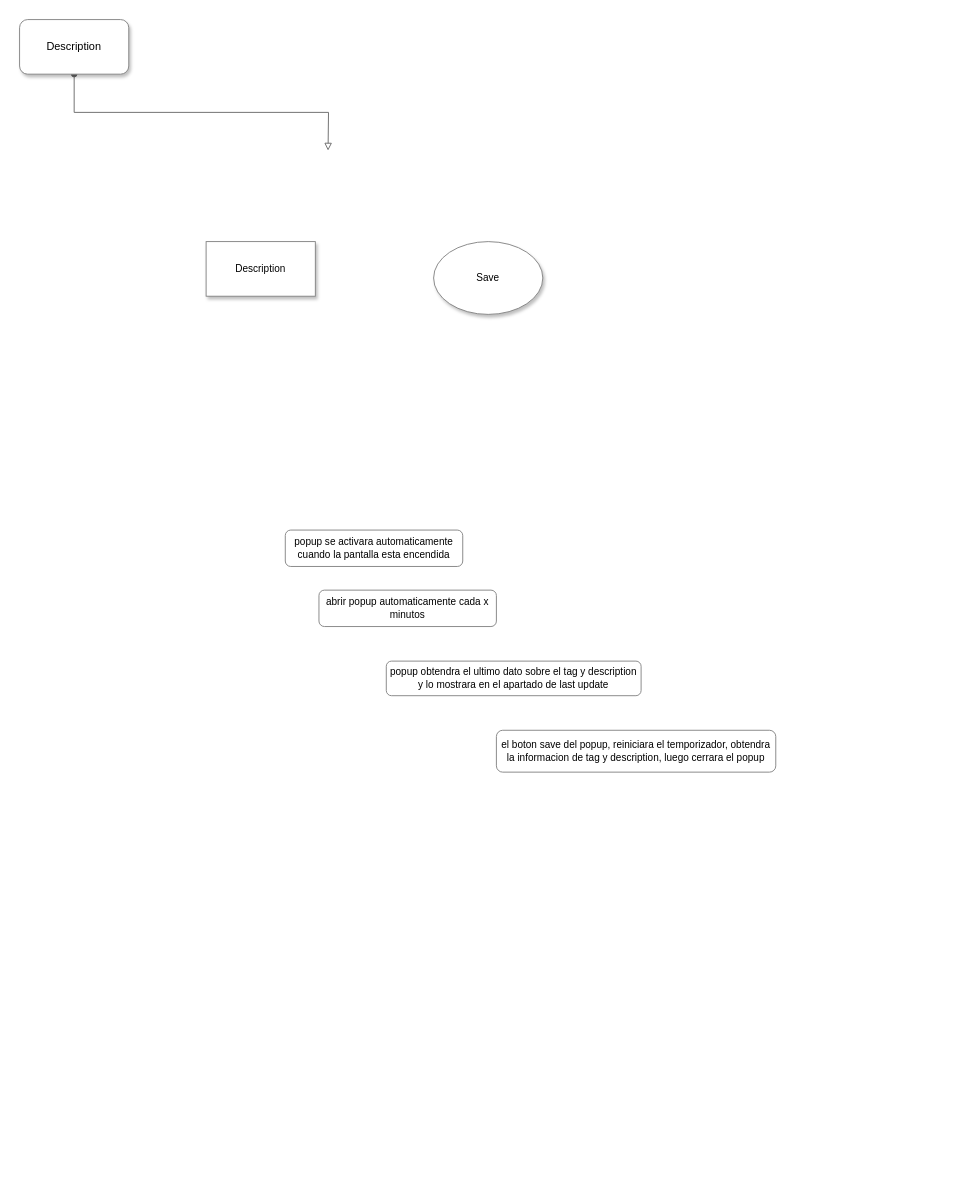
Earlier version of the draw.io diagram page "Page-1" (2 of 2) of Track your time diagram.drawio (GutengMorgen/Track-your-time). Source tidied: cells renumbered, new cells numbered last; positions are measured from the earlier drawing's top-left corner, leaving out a move shared by most shapes. Both pictures are drawn from the tidied source at 91%, with x=0, y=0 at pixel (19, 19).
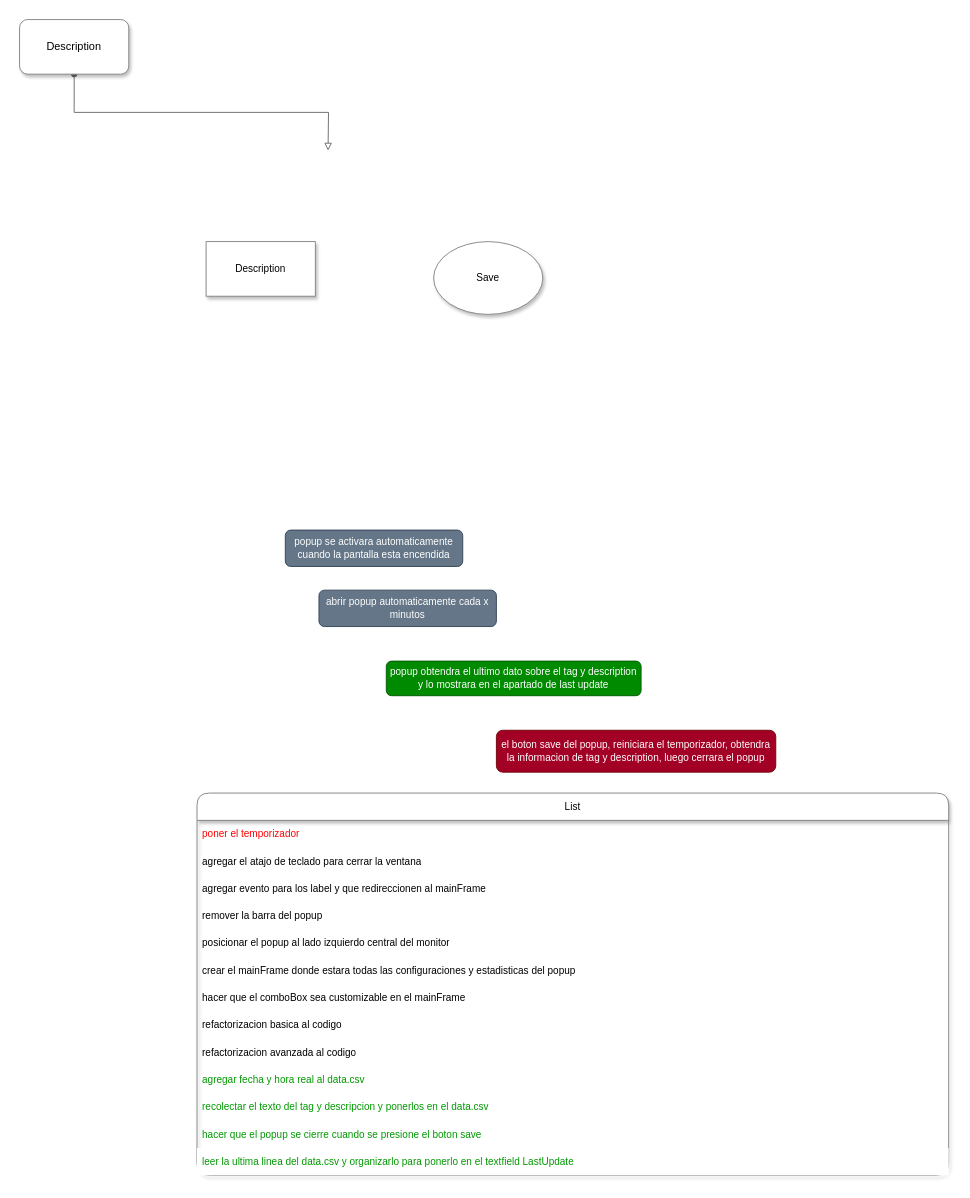
After the change.

What changed in the source:
```diff
@@
-    <mxCell id="6" value="abrir popup automaticamente cada x minutos" style="whiteSpace=wrap;html=1;rounded=1;shadow=0;strokeColor=#808080;fontFamily=Helvetica;fontSize=11;fontColor=default;fillColor=default;" parent="1" vertex="1">
+    <mxCell id="6" value="abrir popup automaticamente cada x minutos" style="whiteSpace=wrap;html=1;rounded=1;shadow=0;strokeColor=#314354;fontFamily=Helvetica;fontSize=11;fontColor=#ffffff;fillColor=#647687;" parent="1" vertex="1">
       <mxGeometry x="329" y="627" width="195" height="40" as="geometry" />
     </mxCell>
-    <mxCell id="7" value="popup se activara automaticamente cuando la pantalla esta encendida" style="whiteSpace=wrap;html=1;rounded=1;shadow=0;strokeColor=#808080;fontFamily=Helvetica;fontSize=11;fontColor=default;fillColor=default;" parent="1" vertex="1">
+    <mxCell id="7" value="popup se activara automaticamente cuando la pantalla esta encendida" style="whiteSpace=wrap;html=1;rounded=1;shadow=0;strokeColor=#314354;fontFamily=Helvetica;fontSize=11;fontColor=#ffffff;fillColor=#647687;" parent="1" vertex="1">
       <mxGeometry x="292" y="561" width="195" height="40" as="geometry" />
     </mxCell>
-    <mxCell id="8" value="popup obtendra el ultimo dato sobre el tag y description y lo mostrara en el apartado de last update" style="whiteSpace=wrap;html=1;rounded=1;shadow=0;strokeColor=#808080;fontFamily=Helvetica;fontSize=11;fontColor=default;fillColor=default;" parent="1" vertex="1">
+    <mxCell id="8" value="popup obtendra el ultimo dato sobre el tag y description y lo mostrara en el apartado de last update" style="whiteSpace=wrap;html=1;rounded=1;shadow=0;strokeColor=#005700;fontFamily=Helvetica;fontSize=11;fontColor=#ffffff;fillColor=#008a00;" parent="1" vertex="1">
       <mxGeometry x="403" y="705" width="280" height="38" as="geometry" />
     </mxCell>
-    <mxCell id="9" value="el boton save del popup, reiniciara el temporizador, obtendra la informacion de tag y description, luego cerrara el popup" style="whiteSpace=wrap;html=1;rounded=1;shadow=0;strokeColor=#808080;fontFamily=Helvetica;fontSize=11;fontColor=default;fillColor=default;" parent="1" vertex="1">
+    <mxCell id="9" value="el boton save del popup, reiniciara el temporizador, obtendra la informacion de tag y description, luego cerrara el popup" style="whiteSpace=wrap;html=1;rounded=1;shadow=0;strokeColor=#6F0000;fontFamily=Helvetica;fontSize=11;fontColor=#ffffff;fillColor=#a20025;" parent="1" vertex="1">
       <mxGeometry x="524" y="781" width="307" height="46" as="geometry" />
     </mxCell>
+    <mxCell id="10" value="List" style="swimlane;fontStyle=0;horizontal=1;startSize=30;whiteSpace=wrap;html=1;rounded=1;shadow=1;strokeColor=#808080;fontFamily=Helvetica;fontSize=11;fontColor=default;fillColor=default;" parent="1" vertex="1">
+      <mxGeometry x="195" y="850" width="826" height="420" as="geometry" />
+    </mxCell>
+    <mxCell id="11" value="poner el temporizador" style="text;strokeColor=none;fillColor=none;align=left;verticalAlign=middle;spacingLeft=4;spacingRight=4;overflow=hidden;whiteSpace=wrap;html=1;fontSize=11;fontFamily=Helvetica;fontColor=#FF0000;" parent="10" vertex="1">
+      <mxGeometry y="30" width="826" height="30" as="geometry" />
+    </mxCell>
+    <mxCell id="12" value="agregar el atajo de teclado para cerrar la ventana" style="text;strokeColor=none;fillColor=none;align=left;verticalAlign=middle;spacingLeft=4;spacingRight=4;overflow=hidden;whiteSpace=wrap;html=1;fontSize=11;fontFamily=Helvetica;fontColor=default;" parent="10" vertex="1">
+      <mxGeometry y="60" width="826" height="30" as="geometry" />
+    </mxCell>
+    <mxCell id="13" value="agregar evento para los label y que redireccionen al mainFrame" style="text;strokeColor=none;fillColor=none;align=left;verticalAlign=middle;spacingLeft=4;spacingRight=4;overflow=hidden;whiteSpace=wrap;html=1;fontSize=11;fontFamily=Helvetica;fontColor=default;" parent="10" vertex="1">
+      <mxGeometry y="90" width="826" height="30" as="geometry" />
+    </mxCell>
+    <mxCell id="14" value="remover la barra del popup" style="text;strokeColor=none;fillColor=none;align=left;verticalAlign=middle;spacingLeft=4;spacingRight=4;overflow=hidden;whiteSpace=wrap;html=1;fontSize=11;fontFamily=Helvetica;fontColor=default;" parent="10" vertex="1">
+      <mxGeometry y="120" width="826" height="30" as="geometry" />
+    </mxCell>
+    <mxCell id="15" value="posicionar el popup al lado izquierdo central del monitor" style="text;strokeColor=none;fillColor=none;align=left;verticalAlign=middle;spacingLeft=4;spacingRight=4;overflow=hidden;whiteSpace=wrap;html=1;fontSize=11;fontFamily=Helvetica;fontColor=default;" parent="10" vertex="1">
+      <mxGeometry y="150" width="826" height="30" as="geometry" />
+    </mxCell>
+    <mxCell id="16" value="crear el mainFrame donde estara todas las configuraciones y estadisticas del popup" style="text;strokeColor=none;fillColor=none;align=left;verticalAlign=middle;spacingLeft=4;spacingRight=4;overflow=hidden;whiteSpace=wrap;html=1;fontSize=11;fontFamily=Helvetica;fontColor=default;" parent="10" vertex="1">
+      <mxGeometry y="180" width="826" height="30" as="geometry" />
+    </mxCell>
+    <mxCell id="17" value="hacer que el comboBox sea customizable en el mainFrame" style="text;strokeColor=none;fillColor=none;align=left;verticalAlign=middle;spacingLeft=4;spacingRight=4;overflow=hidden;whiteSpace=wrap;html=1;fontSize=11;fontFamily=Helvetica;fontColor=default;" parent="10" vertex="1">
+      <mxGeometry y="210" width="826" height="30" as="geometry" />
+    </mxCell>
+    <mxCell id="18" value="refactorizacion basica al codigo" style="text;strokeColor=none;fillColor=none;align=left;verticalAlign=middle;spacingLeft=4;spacingRight=4;overflow=hidden;whiteSpace=wrap;html=1;fontSize=11;fontFamily=Helvetica;fontColor=default;" parent="10" vertex="1">
+      <mxGeometry y="240" width="826" height="30" as="geometry" />
+    </mxCell>
+    <mxCell id="19" value="refactorizacion avanzada al codigo" style="text;strokeColor=none;fillColor=none;align=left;verticalAlign=middle;spacingLeft=4;spacingRight=4;overflow=hidden;whiteSpace=wrap;html=1;fontSize=11;fontFamily=Helvetica;fontColor=default;" parent="10" vertex="1">
+      <mxGeometry y="270" width="826" height="30" as="geometry" />
+    </mxCell>
+    <mxCell id="20" value="agregar fecha y hora real al data.csv" style="text;strokeColor=none;fillColor=none;align=left;verticalAlign=middle;spacingLeft=4;spacingRight=4;overflow=hidden;whiteSpace=wrap;html=1;fontSize=11;fontFamily=Helvetica;fontColor=#009900;" parent="10" vertex="1">
+      <mxGeometry y="300" width="826" height="30" as="geometry" />
+    </mxCell>
+    <mxCell id="21" value="recolectar el texto del tag y descripcion y ponerlos en el data.csv" style="text;strokeColor=none;fillColor=none;align=left;verticalAlign=middle;spacingLeft=4;spacingRight=4;overflow=hidden;whiteSpace=wrap;html=1;fontSize=11;fontFamily=Helvetica;fontColor=#009900;" parent="10" vertex="1">
+      <mxGeometry y="330" width="826" height="30" as="geometry" />
+    </mxCell>
+    <mxCell id="22" value="hacer que el popup se cierre cuando se presione el boton save" style="text;strokeColor=none;fillColor=none;align=left;verticalAlign=middle;spacingLeft=4;spacingRight=4;overflow=hidden;whiteSpace=wrap;html=1;fontSize=11;fontFamily=Helvetica;fontColor=#009900;" parent="10" vertex="1">
+      <mxGeometry y="360" width="826" height="30" as="geometry" />
+    </mxCell>
+    <mxCell id="23" value="leer la ultima linea del data.csv y organizarlo para ponerlo en el textfield LastUpdate" style="text;strokeColor=none;fillColor=default;align=left;verticalAlign=middle;spacingLeft=4;spacingRight=4;overflow=hidden;whiteSpace=wrap;html=1;fontSize=11;fontFamily=Helvetica;fontColor=#009900;fontStyle=0;" parent="10" vertex="1">
+      <mxGeometry y="390" width="826" height="30" as="geometry" />
+    </mxCell>
```
